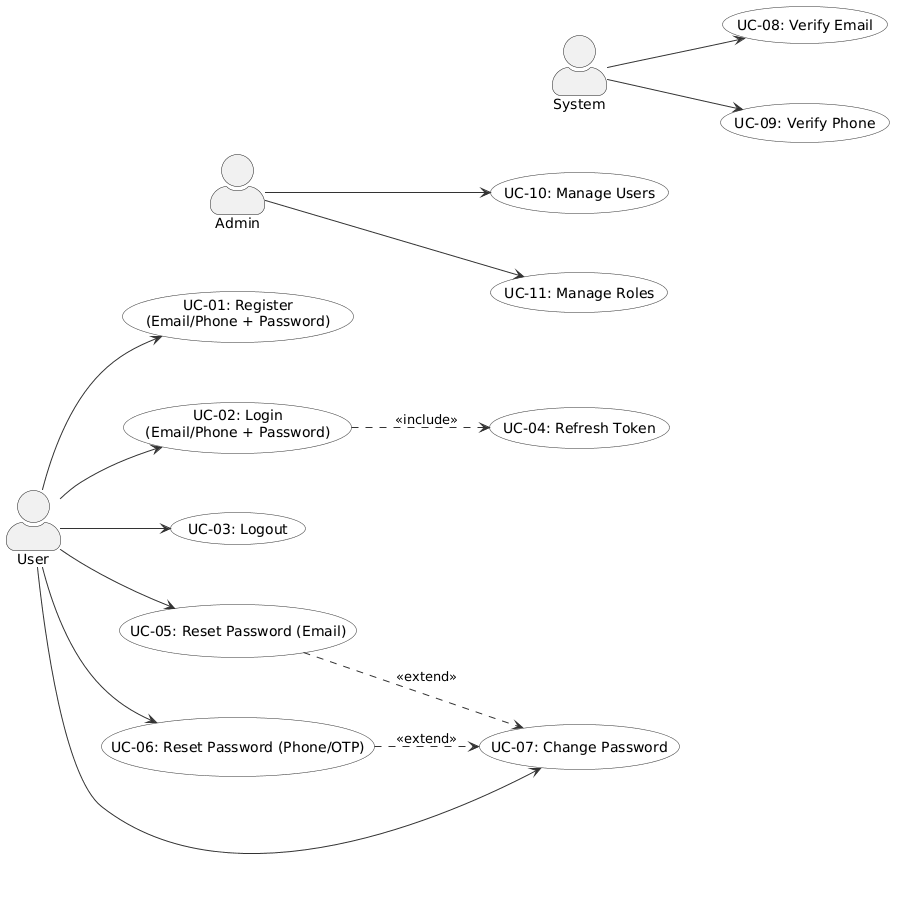
This is modules/auth/diagrams/usecase/usecase-diagram.png from namnh240795/document, a PlantUML export, as it was before one commit.
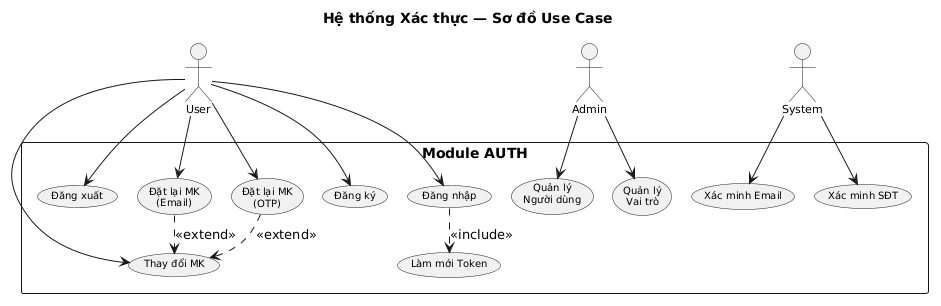
After the commit.

Diff of the diagram source:
```diff
@@ -1,35 +1,30 @@
 @startuml
+title Hệ thống Xác thực — Sơ đồ Use Case
 
-left to right direction
-skinparam packageStyle rectangle
-skinparam actorStyle awesome
-skinparam usecase {
-  BackgroundColor #F8F8F8
-  BorderColor #333333
-  ArrowColor #333333
-}
-
-skinparam nodesep 60
-skinparam ranksep 40
+skinparam defaultTextAlignment center
+skinparam usecaseFontSize 10
+skinparam actorFontSize 11
+skinparam shadowing false
+skinparam nodesep 20
+skinparam ranksep 20
 
 actor "User" as user
 actor "Admin" as admin
 actor "System" as system
 
-user -[hidden]down- admin
-admin -[hidden]down- system
-
-usecase "UC-01: Register\n(Email/Phone + Password)" as UC01
-usecase "UC-02: Login\n(Email/Phone + Password)" as UC02
-usecase "UC-03: Logout" as UC03
-usecase "UC-04: Refresh Token" as UC04
-usecase "UC-05: Reset Password (Email)" as UC05
-usecase "UC-06: Reset Password (Phone/OTP)" as UC06
-usecase "UC-07: Change Password" as UC07
-usecase "UC-08: Verify Email" as UC08
-usecase "UC-09: Verify Phone" as UC09
-usecase "UC-10: Manage Users" as UC10
-usecase "UC-11: Manage Roles" as UC11
+rectangle "Module AUTH" {
+  usecase "Đăng ký" as UC01
+  usecase "Đăng nhập" as UC02
+  usecase "Đăng xuất" as UC03
+  usecase "Làm mới Token" as UC04
+  usecase "Đặt lại MK\n(Email)" as UC05
+  usecase "Đặt lại MK\n(OTP)" as UC06
+  usecase "Thay đổi MK" as UC07
+  usecase "Xác minh Email" as UC08
+  usecase "Xác minh SĐT" as UC09
+  usecase "Quản lý\nNgười dùng" as UC10
+  usecase "Quản lý\nVai trò" as UC11
+}
 
 user --> UC01
 user --> UC02
```
